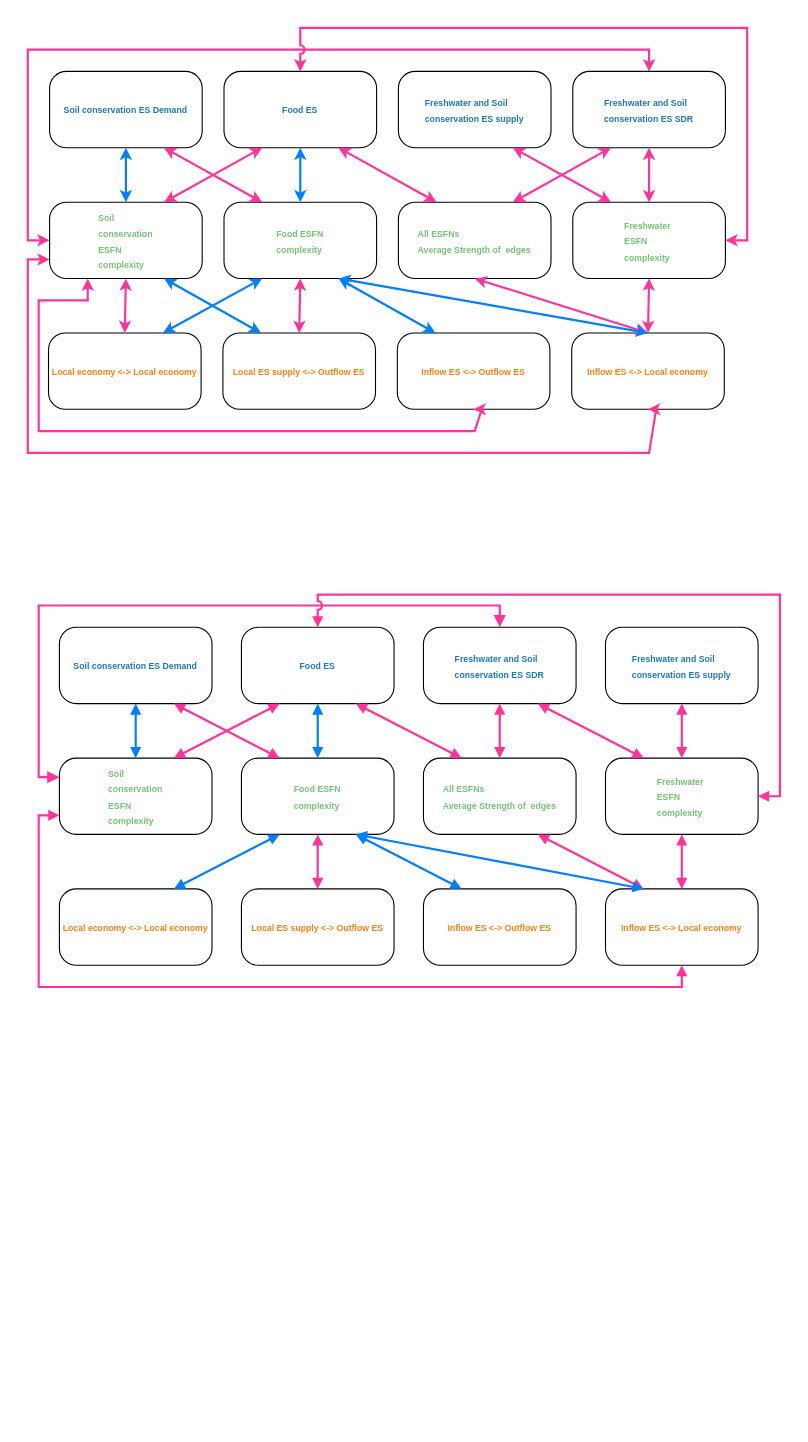
This is MIN_ESFN.drawio from THRILLERLEMON/Draw.IO, a draw.io file, before an edit. Source tidied: cells renumbered, new cells numbered last; positions are measured from the earlier drawing's top-left corner, leaving out a move shared by most shapes. Both pictures are drawn from the tidied source at 109%, with x=0, y=0 at pixel (27, 27).
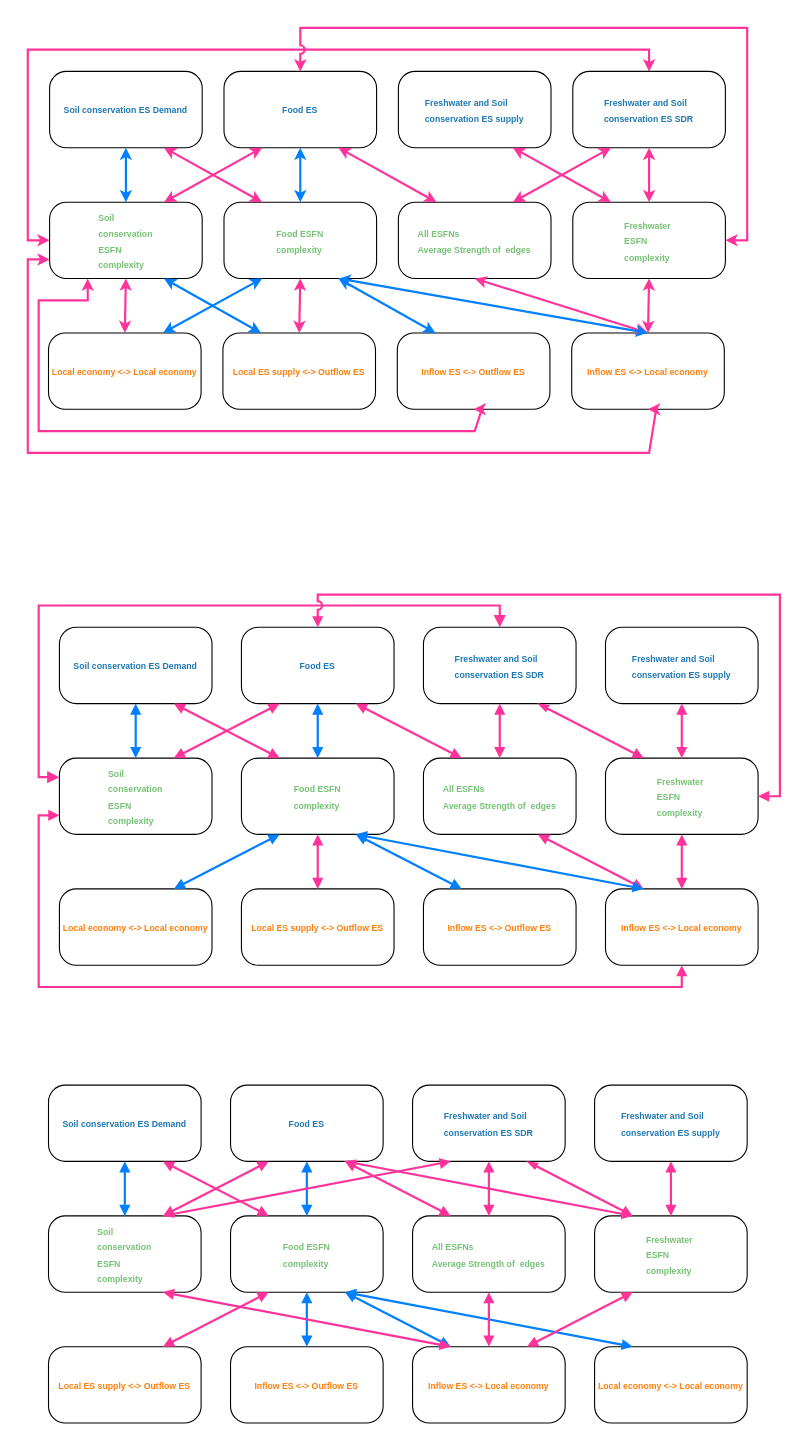
The same diagram, later.

Unchanged cells that the change refers to:
```xml
<mxCell id="38" value="&lt;p style=&quot;text-align: left; margin-top: 0pt; margin-bottom: 0pt; margin-left: 0in; direction: ltr; unicode-bidi: embed; word-break: normal;&quot;&gt;&lt;font style=&quot;font-size: 8px;&quot;&gt;&lt;span style=&quot;color: rgb(31, 119, 180); font-weight: bold;&quot;&gt;Freshwater&amp;nbsp;&lt;/span&gt;&lt;span style=&quot;color: rgb(31, 119, 180); font-weight: bold; background-color: initial;&quot;&gt;and&amp;nbsp;&lt;/span&gt;&lt;span style=&quot;color: rgb(31, 119, 180); font-weight: bold; background-color: initial;&quot;&gt;Soil&amp;nbsp;&lt;/span&gt;&lt;/font&gt;&lt;/p&gt;&lt;p style=&quot;text-align: left; margin-top: 0pt; margin-bottom: 0pt; margin-left: 0in; direction: ltr; unicode-bidi: embed; word-break: normal;&quot;&gt;&lt;font style=&quot;font-size: 8px;&quot;&gt;&lt;span style=&quot;color: rgb(31, 119, 180); font-weight: bold; background-color: initial;&quot;&gt;conservation&lt;/span&gt;&lt;span style=&quot;background-color: initial; color: rgb(31, 119, 180); font-weight: bold;&quot;&gt;&amp;nbsp;&lt;/span&gt;&lt;span style=&quot;background-color: initial; color: rgb(31, 119, 180); font-weight: bold;&quot;&gt;ES&amp;nbsp;&lt;/span&gt;&lt;span style=&quot;color: rgb(31, 119, 180); font-weight: bold; background-color: initial;&quot;&gt;SDR&lt;/span&gt;&lt;/font&gt;&lt;/p&gt;" style="rounded=1;whiteSpace=wrap;html=1;arcSize=22;" parent="1" vertex="1">
  <mxGeometry x="363" y="550" width="140" height="70" as="geometry" />
</mxCell>
<mxCell id="42" value="&lt;p style=&quot;text-align: left; margin-top: 0pt; margin-bottom: 0pt; margin-left: 0in; direction: ltr; unicode-bidi: embed; word-break: normal;&quot;&gt;&lt;font color=&quot;#75c175&quot;&gt;&lt;span style=&quot;font-size: 8px;&quot;&gt;&lt;b&gt;Freshwater&amp;nbsp;&lt;/b&gt;&lt;/span&gt;&lt;/font&gt;&lt;/p&gt;&lt;p style=&quot;text-align: left; margin-top: 0pt; margin-bottom: 0pt; margin-left: 0in; direction: ltr; unicode-bidi: embed; word-break: normal;&quot;&gt;&lt;font color=&quot;#75c175&quot;&gt;&lt;span style=&quot;font-size: 8px;&quot;&gt;&lt;b&gt;ESFN&lt;/b&gt;&lt;/span&gt;&lt;/font&gt;&lt;/p&gt;&lt;p style=&quot;text-align: left; margin-top: 0pt; margin-bottom: 0pt; margin-left: 0in; direction: ltr; unicode-bidi: embed; word-break: normal;&quot;&gt;&lt;font color=&quot;#75c175&quot;&gt;&lt;span style=&quot;font-size: 8px;&quot;&gt;&lt;b&gt;complexity&lt;/b&gt;&lt;/span&gt;&lt;/font&gt;&lt;/p&gt;" style="rounded=1;whiteSpace=wrap;html=1;arcSize=22;" parent="1" vertex="1">
  <mxGeometry x="530" y="670" width="140" height="70" as="geometry" />
</mxCell>
```

Change to the diagram source:
```diff
@@
-    <mxCell id="51" style="endArrow=block;startArrow=block;html=1;rounded=0;strokeWidth=2;endSize=5;startSize=5;entryX=0.75;entryY=1;entryDx=0;entryDy=0;exitX=0.25;exitY=0;exitDx=0;exitDy=0;strokeColor=#FF3399;align=center;verticalAlign=middle;fontFamily=Helvetica;fontSize=11;fontColor=default;labelBackgroundColor=default;startFill=1;endFill=1;" parent="1" edge="1" source="42" target="38">
+    <mxCell id="51" style="endArrow=blockThin;startArrow=block;html=1;rounded=0;strokeWidth=2;endSize=5;startSize=5;entryX=0.75;entryY=1;entryDx=0;entryDy=0;exitX=0.25;exitY=0;exitDx=0;exitDy=0;strokeColor=#FF3399;align=center;verticalAlign=middle;fontFamily=Helvetica;fontSize=11;fontColor=default;labelBackgroundColor=default;startFill=1;endFill=1;" parent="1" edge="1" source="42" target="38">
       <mxGeometry relative="1" as="geometry" />
     </mxCell>
@@
+    <mxCell id="63" value="&lt;p style=&quot;language:zh-CN;margin-top:0pt;margin-bottom:0pt;margin-left:0in;&lt;br/&gt;text-align:left;direction:ltr;unicode-bidi:embed;mso-line-break-override:none;&lt;br/&gt;word-break:normal;punctuation-wrap:hanging&quot;&gt;&lt;span style=&quot;color: rgb(31, 119, 180); font-family: Arial; font-size: 8px; font-weight: 700;&quot;&gt;Soil&amp;nbsp;&lt;/span&gt;&lt;span style=&quot;color: rgb(31, 119, 180); font-family: Arial; font-size: 8px; font-weight: 700;&quot;&gt;conservation ES Demand&lt;/span&gt;&lt;br&gt;&lt;/p&gt;" style="rounded=1;whiteSpace=wrap;html=1;arcSize=22;" parent="1" vertex="1">
+      <mxGeometry x="19" y="970" width="140" height="70" as="geometry" />
+    </mxCell>
+    <mxCell id="64" value="&lt;span style=&quot;color: rgb(31, 119, 180); font-size: 8px; font-weight: 700; text-align: left;&quot;&gt;Food ES&lt;/span&gt;" style="rounded=1;whiteSpace=wrap;html=1;arcSize=22;" parent="1" vertex="1">
+      <mxGeometry x="186" y="970" width="140" height="70" as="geometry" />
+    </mxCell>
+    <mxCell id="65" value="&lt;p style=&quot;text-align: left; margin-top: 0pt; margin-bottom: 0pt; margin-left: 0in; direction: ltr; unicode-bidi: embed; word-break: normal;&quot;&gt;&lt;font style=&quot;font-size: 8px;&quot;&gt;&lt;span style=&quot;color: rgb(31, 119, 180); font-weight: bold;&quot;&gt;Freshwater&amp;nbsp;&lt;/span&gt;&lt;span style=&quot;color: rgb(31, 119, 180); font-weight: bold; background-color: initial;&quot;&gt;and&amp;nbsp;&lt;/span&gt;&lt;span style=&quot;color: rgb(31, 119, 180); font-weight: bold; background-color: initial;&quot;&gt;Soil&amp;nbsp;&lt;/span&gt;&lt;/font&gt;&lt;/p&gt;&lt;p style=&quot;text-align: left; margin-top: 0pt; margin-bottom: 0pt; margin-left: 0in; direction: ltr; unicode-bidi: embed; word-break: normal;&quot;&gt;&lt;font style=&quot;font-size: 8px;&quot;&gt;&lt;span style=&quot;color: rgb(31, 119, 180); font-weight: bold; background-color: initial;&quot;&gt;conservation&lt;/span&gt;&lt;span style=&quot;background-color: initial; color: rgb(31, 119, 180); font-weight: bold;&quot;&gt;&amp;nbsp;&lt;/span&gt;&lt;span style=&quot;background-color: initial; color: rgb(31, 119, 180); font-weight: bold;&quot;&gt;ES&amp;nbsp;&lt;/span&gt;&lt;span style=&quot;color: rgb(31, 119, 180); font-weight: bold; background-color: initial;&quot;&gt;supply&lt;/span&gt;&lt;/font&gt;&lt;/p&gt;" style="rounded=1;whiteSpace=wrap;html=1;arcSize=22;" parent="1" vertex="1">
+      <mxGeometry x="520" y="970" width="140" height="70" as="geometry" />
+    </mxCell>
+    <mxCell id="66" value="&lt;p style=&quot;text-align: left; margin-top: 0pt; margin-bottom: 0pt; margin-left: 0in; direction: ltr; unicode-bidi: embed; word-break: normal;&quot;&gt;&lt;font style=&quot;font-size: 8px;&quot;&gt;&lt;span style=&quot;color: rgb(31, 119, 180); font-weight: bold;&quot;&gt;Freshwater&amp;nbsp;&lt;/span&gt;&lt;span style=&quot;color: rgb(31, 119, 180); font-weight: bold; background-color: initial;&quot;&gt;and&amp;nbsp;&lt;/span&gt;&lt;span style=&quot;color: rgb(31, 119, 180); font-weight: bold; background-color: initial;&quot;&gt;Soil&amp;nbsp;&lt;/span&gt;&lt;/font&gt;&lt;/p&gt;&lt;p style=&quot;text-align: left; margin-top: 0pt; margin-bottom: 0pt; margin-left: 0in; direction: ltr; unicode-bidi: embed; word-break: normal;&quot;&gt;&lt;font style=&quot;font-size: 8px;&quot;&gt;&lt;span style=&quot;color: rgb(31, 119, 180); font-weight: bold; background-color: initial;&quot;&gt;conservation&lt;/span&gt;&lt;span style=&quot;background-color: initial; color: rgb(31, 119, 180); font-weight: bold;&quot;&gt;&amp;nbsp;&lt;/span&gt;&lt;span style=&quot;background-color: initial; color: rgb(31, 119, 180); font-weight: bold;&quot;&gt;ES&amp;nbsp;&lt;/span&gt;&lt;span style=&quot;color: rgb(31, 119, 180); font-weight: bold; background-color: initial;&quot;&gt;SDR&lt;/span&gt;&lt;/font&gt;&lt;/p&gt;" style="rounded=1;whiteSpace=wrap;html=1;arcSize=22;" parent="1" vertex="1">
+      <mxGeometry x="353" y="970" width="140" height="70" as="geometry" />
+    </mxCell>
+    <mxCell id="67" value="&lt;p style=&quot;text-align: left; margin-top: 0pt; margin-bottom: 0pt; margin-left: 0in; direction: ltr; unicode-bidi: embed; word-break: normal;&quot;&gt;&lt;font color=&quot;#75c175&quot;&gt;&lt;span style=&quot;font-size: 8px;&quot;&gt;&lt;b&gt;Soil&amp;nbsp;&lt;/b&gt;&lt;/span&gt;&lt;/font&gt;&lt;/p&gt;&lt;p style=&quot;text-align: left; margin-top: 0pt; margin-bottom: 0pt; margin-left: 0in; direction: ltr; unicode-bidi: embed; word-break: normal;&quot;&gt;&lt;font color=&quot;#75c175&quot;&gt;&lt;span style=&quot;font-size: 8px;&quot;&gt;&lt;b&gt;conservation&lt;/b&gt;&lt;/span&gt;&lt;/font&gt;&lt;/p&gt;&lt;p style=&quot;text-align: left; margin-top: 0pt; margin-bottom: 0pt; margin-left: 0in; direction: ltr; unicode-bidi: embed; word-break: normal;&quot;&gt;&lt;font color=&quot;#75c175&quot;&gt;&lt;span style=&quot;font-size: 8px;&quot;&gt;&lt;b&gt;ESFN&lt;/b&gt;&lt;/span&gt;&lt;/font&gt;&lt;/p&gt;&lt;p style=&quot;text-align: left; margin-top: 0pt; margin-bottom: 0pt; margin-left: 0in; direction: ltr; unicode-bidi: embed; word-break: normal;&quot;&gt;&lt;font color=&quot;#75c175&quot;&gt;&lt;span style=&quot;font-size: 8px;&quot;&gt;&lt;b&gt;complexity&lt;/b&gt;&lt;/span&gt;&lt;/font&gt;&lt;/p&gt;" style="rounded=1;whiteSpace=wrap;html=1;arcSize=22;" parent="1" vertex="1">
+      <mxGeometry x="19" y="1090" width="140" height="70" as="geometry" />
+    </mxCell>
+    <mxCell id="68" value="&lt;p style=&quot;text-align: left; margin-top: 0pt; margin-bottom: 0pt; margin-left: 0in; direction: ltr; unicode-bidi: embed; word-break: normal;&quot;&gt;&lt;font color=&quot;#75c175&quot;&gt;&lt;span style=&quot;font-size: 8px;&quot;&gt;&lt;b&gt;Food ESFN&lt;/b&gt;&lt;/span&gt;&lt;/font&gt;&lt;/p&gt;&lt;p style=&quot;text-align: left; margin-top: 0pt; margin-bottom: 0pt; margin-left: 0in; direction: ltr; unicode-bidi: embed; word-break: normal;&quot;&gt;&lt;font color=&quot;#75c175&quot;&gt;&lt;span style=&quot;font-size: 8px;&quot;&gt;&lt;b&gt;complexity&lt;/b&gt;&lt;/span&gt;&lt;/font&gt;&lt;/p&gt;" style="rounded=1;whiteSpace=wrap;html=1;arcSize=22;" parent="1" vertex="1">
+      <mxGeometry x="186" y="1090" width="140" height="70" as="geometry" />
+    </mxCell>
+    <mxCell id="69" value="&lt;p style=&quot;text-align: left; margin-top: 0pt; margin-bottom: 0pt; margin-left: 0in; direction: ltr; unicode-bidi: embed; word-break: normal;&quot;&gt;&lt;font color=&quot;#75c175&quot;&gt;&lt;span style=&quot;font-size: 8px;&quot;&gt;&lt;b&gt;All ESFNs&lt;/b&gt;&lt;/span&gt;&lt;/font&gt;&lt;/p&gt;&lt;p style=&quot;text-align: left; margin-top: 0pt; margin-bottom: 0pt; margin-left: 0in; direction: ltr; unicode-bidi: embed; word-break: normal;&quot;&gt;&lt;font color=&quot;#75c175&quot;&gt;&lt;span style=&quot;font-size: 8px;&quot;&gt;&lt;b&gt;Average&amp;nbsp;&lt;/b&gt;&lt;/span&gt;&lt;/font&gt;&lt;b style=&quot;font-size: 8px; color: rgb(117, 193, 117); background-color: initial;&quot;&gt;Strength of&amp;nbsp;&amp;nbsp;&lt;/b&gt;&lt;b style=&quot;font-size: 8px; color: rgb(117, 193, 117); background-color: initial;&quot;&gt;edges&lt;/b&gt;&lt;/p&gt;" style="rounded=1;whiteSpace=wrap;html=1;arcSize=22;" parent="1" vertex="1">
+      <mxGeometry x="353" y="1090" width="140" height="70" as="geometry" />
+    </mxCell>
+    <mxCell id="70" value="&lt;p style=&quot;text-align: left; margin-top: 0pt; margin-bottom: 0pt; margin-left: 0in; direction: ltr; unicode-bidi: embed; word-break: normal;&quot;&gt;&lt;font color=&quot;#75c175&quot;&gt;&lt;span style=&quot;font-size: 8px;&quot;&gt;&lt;b&gt;Freshwater&amp;nbsp;&lt;/b&gt;&lt;/span&gt;&lt;/font&gt;&lt;/p&gt;&lt;p style=&quot;text-align: left; margin-top: 0pt; margin-bottom: 0pt; margin-left: 0in; direction: ltr; unicode-bidi: embed; word-break: normal;&quot;&gt;&lt;font color=&quot;#75c175&quot;&gt;&lt;span style=&quot;font-size: 8px;&quot;&gt;&lt;b&gt;ESFN&lt;/b&gt;&lt;/span&gt;&lt;/font&gt;&lt;/p&gt;&lt;p style=&quot;text-align: left; margin-top: 0pt; margin-bottom: 0pt; margin-left: 0in; direction: ltr; unicode-bidi: embed; word-break: normal;&quot;&gt;&lt;font color=&quot;#75c175&quot;&gt;&lt;span style=&quot;font-size: 8px;&quot;&gt;&lt;b&gt;complexity&lt;/b&gt;&lt;/span&gt;&lt;/font&gt;&lt;/p&gt;" style="rounded=1;whiteSpace=wrap;html=1;arcSize=22;" parent="1" vertex="1">
+      <mxGeometry x="520" y="1090" width="140" height="70" as="geometry" />
+    </mxCell>
+    <mxCell id="71" value="&lt;span style=&quot;color: rgb(255, 127, 14); font-size: 8px; font-weight: 700; text-align: left;&quot;&gt;Local economy &amp;lt;-&amp;gt; Local economy&lt;/span&gt;" style="rounded=1;whiteSpace=wrap;html=1;arcSize=22;" parent="1" vertex="1">
+      <mxGeometry x="520" y="1210" width="140" height="70" as="geometry" />
+    </mxCell>
+    <mxCell id="72" value="&lt;b style=&quot;color: rgb(255, 127, 14); font-size: 8px; text-align: left;&quot;&gt;Local ES supply &amp;lt;-&amp;gt; Outflow ES&lt;/b&gt;" style="rounded=1;whiteSpace=wrap;html=1;arcSize=22;" parent="1" vertex="1">
+      <mxGeometry x="19" y="1210" width="140" height="70" as="geometry" />
+    </mxCell>
+    <mxCell id="73" value="&lt;b style=&quot;color: rgb(255, 127, 14); font-size: 8px; text-align: left;&quot;&gt;Inflow ES &amp;lt;-&amp;gt; Outflow ES&lt;/b&gt;" style="rounded=1;whiteSpace=wrap;html=1;arcSize=22;" parent="1" vertex="1">
+      <mxGeometry x="186" y="1210" width="140" height="70" as="geometry" />
+    </mxCell>
+    <mxCell id="74" value="&lt;b style=&quot;color: rgb(255, 127, 14); font-size: 8px; text-align: left;&quot;&gt;Inflow ES &amp;lt;-&amp;gt; Local economy&lt;/b&gt;" style="rounded=1;whiteSpace=wrap;html=1;arcSize=22;" parent="1" vertex="1">
+      <mxGeometry x="353" y="1210" width="140" height="70" as="geometry" />
+    </mxCell>
+    <mxCell id="75" style="endArrow=block;startArrow=block;html=1;rounded=0;strokeWidth=2;endSize=5;startSize=5;entryX=0.5;entryY=1;entryDx=0;entryDy=0;exitX=0.5;exitY=0;exitDx=0;exitDy=0;strokeColor=#007FFF;targetPerimeterSpacing=0;curved=0;startFill=1;endFill=1;" parent="1" edge="1" source="67" target="63">
+      <mxGeometry relative="1" as="geometry" />
+    </mxCell>
+    <mxCell id="76" style="endArrow=block;startArrow=block;html=1;rounded=0;strokeWidth=2;endSize=5;startSize=5;entryX=0.75;entryY=1;entryDx=0;entryDy=0;exitX=0.25;exitY=0;exitDx=0;exitDy=0;strokeColor=#FF3399;align=center;verticalAlign=middle;fontFamily=Helvetica;fontSize=11;fontColor=default;labelBackgroundColor=default;startFill=1;endFill=1;" parent="1" edge="1" source="68" target="63">
+      <mxGeometry relative="1" as="geometry" />
+    </mxCell>
+    <mxCell id="77" style="endArrow=block;startArrow=block;html=1;rounded=0;strokeWidth=2;endSize=5;startSize=5;entryX=0.75;entryY=0;entryDx=0;entryDy=0;exitX=0.25;exitY=1;exitDx=0;exitDy=0;strokeColor=#FF3399;align=center;verticalAlign=middle;fontFamily=Helvetica;fontSize=11;fontColor=default;labelBackgroundColor=default;startFill=1;endFill=1;" parent="1" edge="1" source="64" target="67">
+      <mxGeometry relative="1" as="geometry" />
+    </mxCell>
+    <mxCell id="78" style="endArrow=block;startArrow=block;html=1;rounded=0;strokeWidth=2;endSize=5;startSize=5;entryX=0.5;entryY=1;entryDx=0;entryDy=0;exitX=0.5;exitY=0;exitDx=0;exitDy=0;strokeColor=#007FFF;align=center;verticalAlign=middle;fontFamily=Helvetica;fontSize=11;fontColor=default;labelBackgroundColor=default;startFill=1;endFill=1;targetPerimeterSpacing=0;curved=0;" parent="1" edge="1" source="68" target="64">
+      <mxGeometry relative="1" as="geometry" />
+    </mxCell>
+    <mxCell id="79" style="endArrow=blockThin;startArrow=block;html=1;rounded=0;strokeWidth=2;endSize=5;startSize=5;entryX=0.75;entryY=1;entryDx=0;entryDy=0;exitX=0.25;exitY=0;exitDx=0;exitDy=0;strokeColor=#FF3399;align=center;verticalAlign=middle;fontFamily=Helvetica;fontSize=11;fontColor=default;labelBackgroundColor=default;startFill=1;endFill=1;" parent="1" edge="1" source="70" target="66">
+      <mxGeometry relative="1" as="geometry" />
+    </mxCell>
+    <mxCell id="80" style="endArrow=block;startArrow=block;html=1;rounded=0;strokeWidth=2;endSize=5;startSize=5;entryX=0.75;entryY=1;entryDx=0;entryDy=0;exitX=0.25;exitY=0;exitDx=0;exitDy=0;strokeColor=#FF3399;align=center;verticalAlign=middle;fontFamily=Helvetica;fontSize=11;fontColor=default;labelBackgroundColor=default;startFill=1;endFill=1;" parent="1" edge="1" source="69" target="64">
+      <mxGeometry relative="1" as="geometry" />
+    </mxCell>
+    <mxCell id="81" style="endArrow=block;startArrow=block;html=1;rounded=0;strokeWidth=2;endSize=5;startSize=5;entryX=0.5;entryY=1;entryDx=0;entryDy=0;exitX=0.5;exitY=0;exitDx=0;exitDy=0;strokeColor=#FF3399;align=center;verticalAlign=middle;fontFamily=Helvetica;fontSize=11;fontColor=default;labelBackgroundColor=default;startFill=1;endFill=1;" parent="1" edge="1" source="70" target="65">
+      <mxGeometry relative="1" as="geometry" />
+    </mxCell>
+    <mxCell id="82" style="endArrow=block;startArrow=block;html=1;rounded=0;strokeWidth=2;endSize=5;startSize=5;entryX=0.5;entryY=0;entryDx=0;entryDy=0;exitX=0.5;exitY=1;exitDx=0;exitDy=0;strokeColor=#FF3399;align=center;verticalAlign=middle;fontFamily=Helvetica;fontSize=11;fontColor=default;labelBackgroundColor=default;startFill=1;endFill=1;" parent="1" edge="1" source="66" target="69">
+      <mxGeometry relative="1" as="geometry" />
+    </mxCell>
+    <mxCell id="83" style="endArrow=block;startArrow=block;html=1;rounded=0;strokeWidth=2;endSize=5;startSize=5;entryX=0.25;entryY=1;entryDx=0;entryDy=0;exitX=0.75;exitY=0;exitDx=0;exitDy=0;strokeColor=#FF3399;startFill=1;endFill=1;" parent="1" edge="1" source="72" target="68">
+      <mxGeometry relative="1" as="geometry" />
+    </mxCell>
+    <mxCell id="84" style="endArrow=block;startArrow=block;html=1;rounded=0;strokeWidth=2;endSize=5;startSize=5;entryX=0.75;entryY=1;entryDx=0;entryDy=0;exitX=0.25;exitY=0;exitDx=0;exitDy=0;strokeColor=#007FFF;align=center;verticalAlign=middle;fontFamily=Helvetica;fontSize=11;fontColor=default;labelBackgroundColor=default;startFill=1;endFill=1;targetPerimeterSpacing=0;curved=0;" parent="1" edge="1" source="71" target="68">
+      <mxGeometry relative="1" as="geometry" />
+    </mxCell>
+    <mxCell id="85" style="endArrow=block;startArrow=block;html=1;rounded=0;strokeWidth=2;endSize=5;startSize=5;entryX=0.5;entryY=1;entryDx=0;entryDy=0;exitX=0.5;exitY=0;exitDx=0;exitDy=0;strokeColor=#007FFF;align=center;verticalAlign=middle;fontFamily=Helvetica;fontSize=11;fontColor=default;labelBackgroundColor=default;startFill=1;endFill=1;targetPerimeterSpacing=0;curved=0;" parent="1" edge="1" source="73" target="68">
+      <mxGeometry relative="1" as="geometry" />
+    </mxCell>
+    <mxCell id="86" style="endArrow=block;startArrow=block;html=1;rounded=0;strokeWidth=2;endSize=5;startSize=5;entryX=0.25;entryY=1;entryDx=0;entryDy=0;exitX=0.75;exitY=0;exitDx=0;exitDy=0;strokeColor=#FF3399;align=center;verticalAlign=middle;fontFamily=Helvetica;fontSize=11;fontColor=default;labelBackgroundColor=default;startFill=1;endFill=1;" parent="1" edge="1" source="74" target="70">
+      <mxGeometry relative="1" as="geometry" />
+    </mxCell>
+    <mxCell id="87" style="endArrow=block;startArrow=block;html=1;rounded=0;strokeWidth=2;endSize=5;startSize=5;entryX=0.5;entryY=1;entryDx=0;entryDy=0;exitX=0.5;exitY=0;exitDx=0;exitDy=0;strokeColor=#FF3399;align=center;verticalAlign=middle;fontFamily=Helvetica;fontSize=11;fontColor=default;labelBackgroundColor=default;startFill=1;endFill=1;" parent="1" edge="1" source="74" target="69">
+      <mxGeometry relative="1" as="geometry" />
+    </mxCell>
+    <mxCell id="88" style="endArrow=block;startArrow=block;html=1;rounded=0;strokeWidth=2;endSize=5;startSize=5;entryX=0.75;entryY=1;entryDx=0;entryDy=0;exitX=0.25;exitY=0;exitDx=0;exitDy=0;strokeColor=#007FFF;align=center;verticalAlign=middle;fontFamily=Helvetica;fontSize=11;fontColor=default;labelBackgroundColor=default;startFill=1;endFill=1;targetPerimeterSpacing=0;curved=0;" parent="1" edge="1" source="74" target="68">
+      <mxGeometry relative="1" as="geometry" />
+    </mxCell>
+    <mxCell id="89" style="endArrow=blockThin;startArrow=block;html=1;rounded=0;strokeWidth=2;endSize=5;startSize=5;entryX=0.75;entryY=1;entryDx=0;entryDy=0;exitX=0.25;exitY=0;exitDx=0;exitDy=0;strokeColor=#FF3399;align=center;verticalAlign=middle;fontFamily=Helvetica;fontSize=11;fontColor=default;labelBackgroundColor=default;startFill=1;endFill=1;" parent="1" edge="1" source="70" target="64">
+      <mxGeometry relative="1" as="geometry" />
+    </mxCell>
+    <mxCell id="90" style="endArrow=blockThin;startArrow=block;html=1;rounded=0;strokeWidth=2;endSize=5;startSize=5;entryX=0.75;entryY=0;entryDx=0;entryDy=0;exitX=0.25;exitY=1;exitDx=0;exitDy=0;strokeColor=#FF3399;align=center;verticalAlign=middle;fontFamily=Helvetica;fontSize=11;fontColor=default;labelBackgroundColor=default;startFill=1;endFill=1;" parent="1" edge="1" source="66" target="67">
+      <mxGeometry relative="1" as="geometry" />
+    </mxCell>
+    <mxCell id="91" style="endArrow=block;startArrow=block;html=1;rounded=0;strokeWidth=2;endSize=5;startSize=5;entryX=0.25;entryY=0;entryDx=0;entryDy=0;exitX=0.75;exitY=1;exitDx=0;exitDy=0;strokeColor=#FF3399;startFill=1;endFill=1;" parent="1" edge="1" source="67" target="74">
+      <mxGeometry relative="1" as="geometry" />
+    </mxCell>
```
